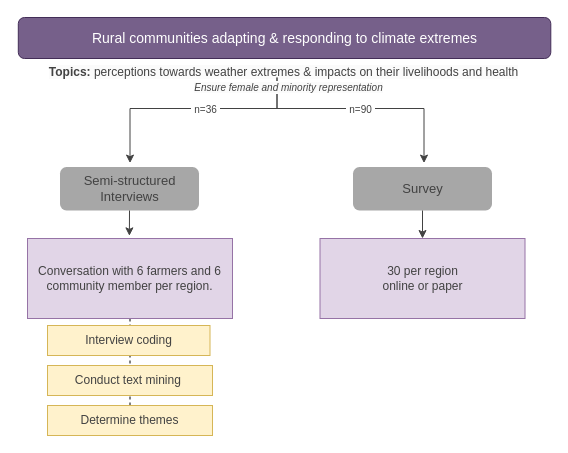
dealchre/gradDrawio keeps this draw.io diagram as NCsare.drawio. Above is the earlier version. Source tidied: cells renumbered, new cells numbered last; positions are measured from the earlier drawing's top-left corner, leaving out a move shared by most shapes. Both pictures are drawn from the tidied source at 100%, with x=0, y=0 at pixel (17, 17).
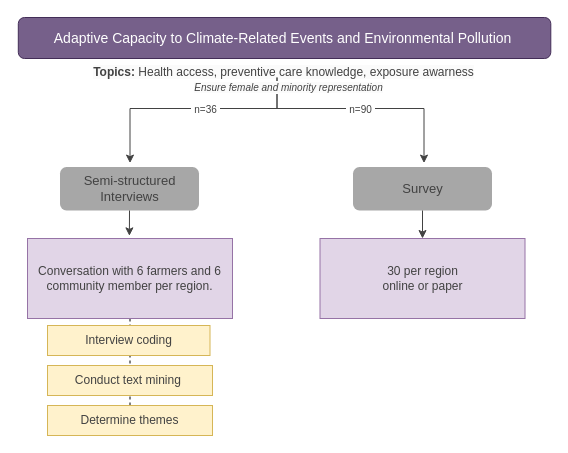
After the change.

The edit, as a diff of the source:
```diff
@@
-    <mxCell id="2" value="Rural communities adapting &amp;amp; responding to climate extremes" style="text;html=1;align=center;verticalAlign=middle;whiteSpace=wrap;rounded=1;fontSize=14;fillColor=#76608a;strokeColor=#432D57;fontColor=#ffffff;" parent="1" vertex="1">
+    <mxCell id="2" value="Adaptive Capacity to&amp;nbsp;Climate-Related Events and Environmental Pollution&amp;nbsp;" style="text;html=1;align=center;verticalAlign=middle;whiteSpace=wrap;rounded=1;fontSize=14;fillColor=#76608a;strokeColor=#432D57;fontColor=#ffffff;" parent="1" vertex="1">
       <mxGeometry x="0.8" width="532.5" height="41" as="geometry" />
     </mxCell>
@@
-    <mxCell id="4" value="&lt;b style=&quot;border-color: var(--border-color); color: rgb(66, 66, 66); font-family: Helvetica; font-size: 12px; font-style: normal; font-variant-ligatures: normal; font-variant-caps: normal; letter-spacing: normal; orphans: 2; text-indent: 0px; text-transform: none; widows: 2; word-spacing: 0px; -webkit-text-stroke-width: 0px; background-color: rgb(251, 251, 251); text-decoration-thickness: initial; text-decoration-style: initial; text-decoration-color: initial;&quot;&gt;Topics:&lt;/b&gt;&lt;span style=&quot;color: rgb(66, 66, 66); font-family: Helvetica; font-size: 12px; font-style: normal; font-variant-ligatures: normal; font-variant-caps: normal; font-weight: 400; letter-spacing: normal; orphans: 2; text-indent: 0px; text-transform: none; widows: 2; word-spacing: 0px; -webkit-text-stroke-width: 0px; background-color: rgb(251, 251, 251); text-decoration-thickness: initial; text-decoration-style: initial; text-decoration-color: initial; float: none; display: inline !important;&quot;&gt;&lt;span&gt;&amp;nbsp;&lt;/span&gt;perceptions towards weather extremes &amp;amp; impacts on their livelihoods and health&lt;/span&gt;" style="text;whiteSpace=wrap;html=1;align=center;" parent="1" vertex="1">
+    <mxCell id="4" value="&lt;b style=&quot;border-color: var(--border-color); color: rgb(66, 66, 66); font-family: Helvetica; font-size: 12px; font-style: normal; font-variant-ligatures: normal; font-variant-caps: normal; letter-spacing: normal; orphans: 2; text-indent: 0px; text-transform: none; widows: 2; word-spacing: 0px; -webkit-text-stroke-width: 0px; background-color: rgb(251, 251, 251); text-decoration-thickness: initial; text-decoration-style: initial; text-decoration-color: initial;&quot;&gt;Topics:&lt;/b&gt;&lt;span style=&quot;color: rgb(66, 66, 66); font-family: Helvetica; font-size: 12px; font-style: normal; font-variant-ligatures: normal; font-variant-caps: normal; font-weight: 400; letter-spacing: normal; orphans: 2; text-indent: 0px; text-transform: none; widows: 2; word-spacing: 0px; -webkit-text-stroke-width: 0px; background-color: rgb(251, 251, 251); text-decoration-thickness: initial; text-decoration-style: initial; text-decoration-color: initial; float: none; display: inline !important;&quot;&gt;&lt;span&gt;&amp;nbsp;&lt;/span&gt;Health access, preventive care knowledge, exposure awarness&lt;/span&gt;" style="text;whiteSpace=wrap;html=1;align=center;" parent="1" vertex="1">
       <mxGeometry y="41" width="533.2" height="19" as="geometry" />
     </mxCell>
```
